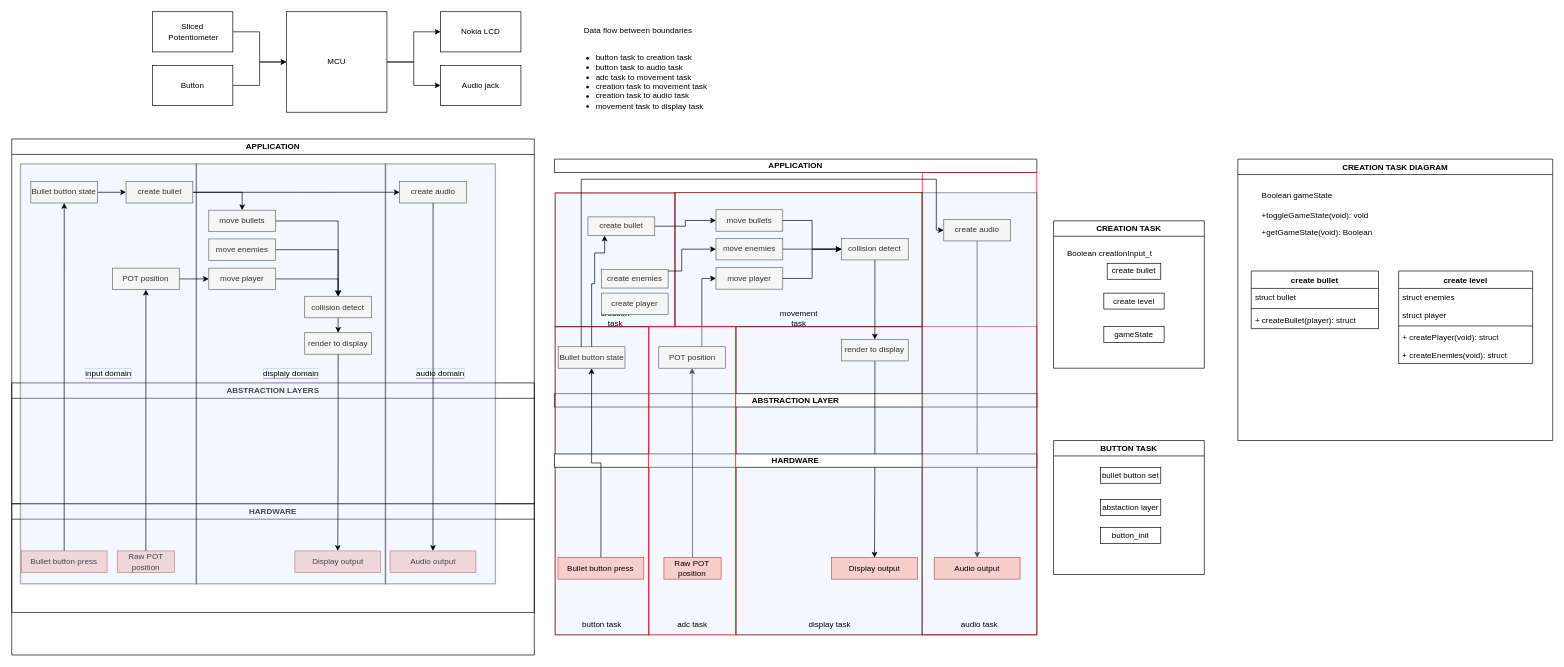
Marioooo22/space_invaders keeps this draw.io diagram as docs/software_architecture.drawio. Above is the earlier version. Source tidied: cells renumbered, new cells numbered last; positions are measured from the earlier drawing's top-left corner, leaving out a move shared by most shapes. Both pictures are drawn from the tidied source at 67%, with x=0, y=0 at pixel (11, 11).
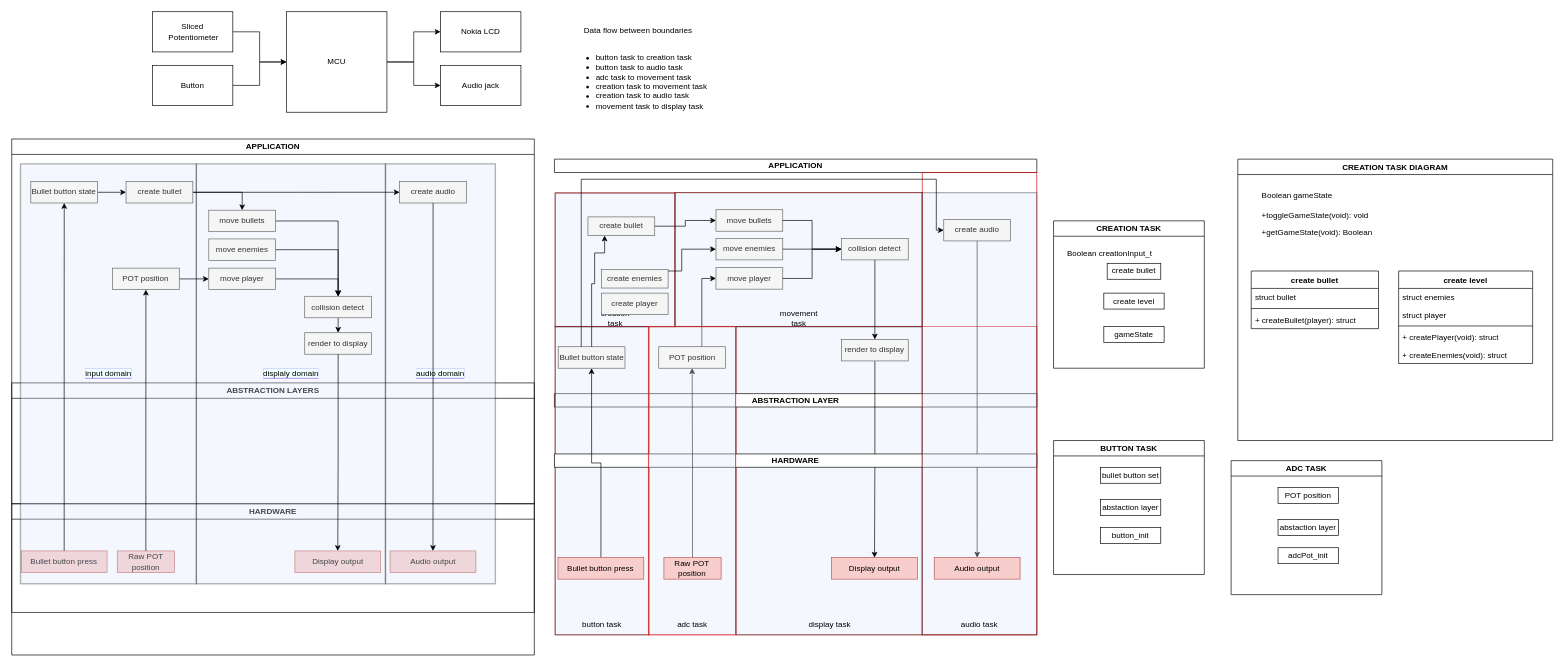
The same page after the edit.

Commit message (it also covers changes not shown here):
added pll, systems configured to run at 80 MHz, added systick to test pll

Diff of the diagram source:
```diff
@@
+    <mxCell id="117" value="ADC TASK" style="swimlane;whiteSpace=wrap;html=1;" parent="1" vertex="1">
+      <mxGeometry x="1820" y="670" width="225" height="200" as="geometry" />
+    </mxCell>
+    <mxCell id="118" value="POT position" style="whiteSpace=wrap;html=1;" parent="117" vertex="1">
+      <mxGeometry x="70" y="40" width="90" height="23.8" as="geometry" />
+    </mxCell>
+    <mxCell id="119" value="adcPot_init" style="whiteSpace=wrap;html=1;" parent="117" vertex="1">
+      <mxGeometry x="70" y="130" width="90" height="23.8" as="geometry" />
+    </mxCell>
+    <mxCell id="120" value="abstaction layer" style="whiteSpace=wrap;html=1;" parent="117" vertex="1">
+      <mxGeometry x="70" y="88.1" width="90" height="23.8" as="geometry" />
+    </mxCell>
```
